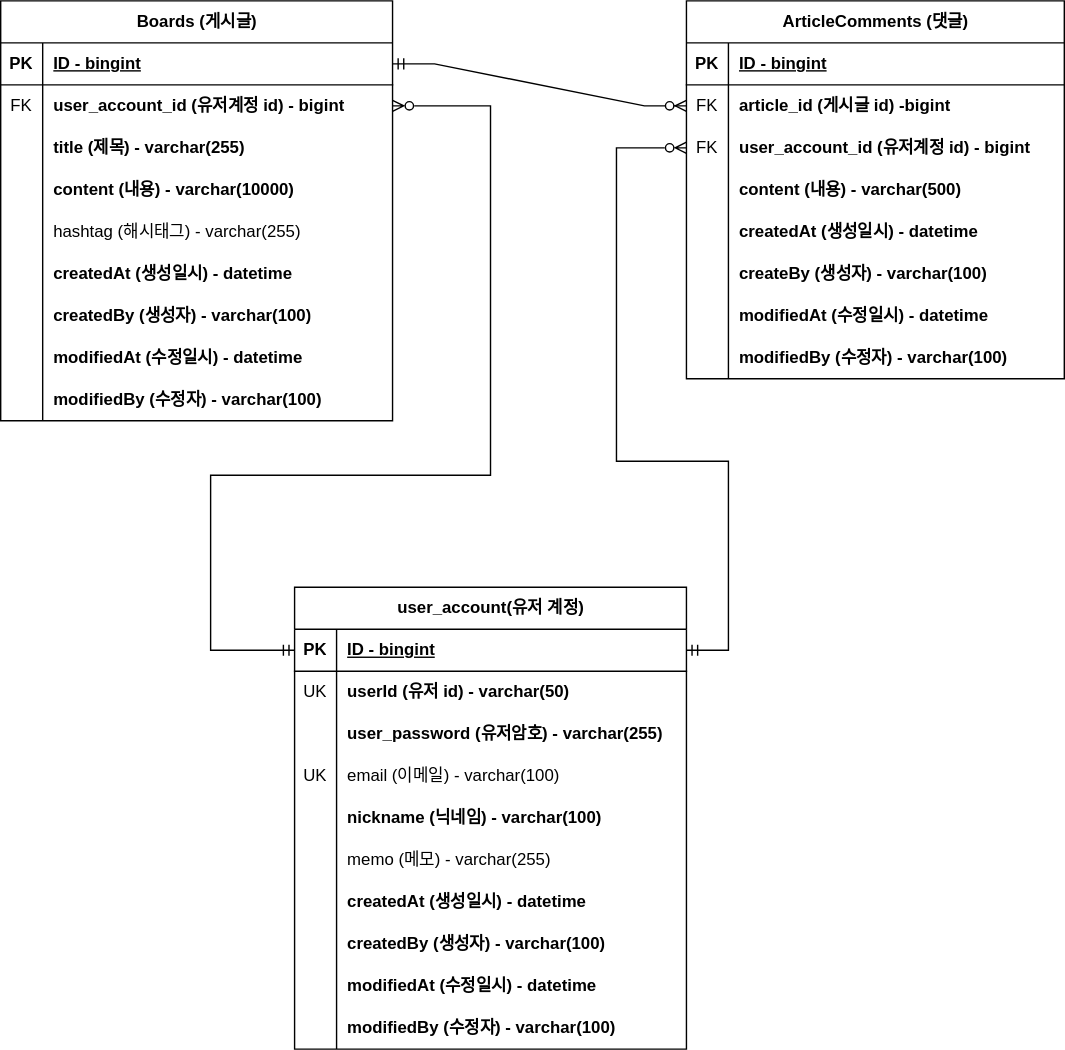
Earlier version of the draw.io export document/board-domain-erd.svg (H-24/project-board). Source tidied: cells renumbered, new cells last; positions are measured from the earlier drawing's top-left corner, leaving out a move shared by most shapes.
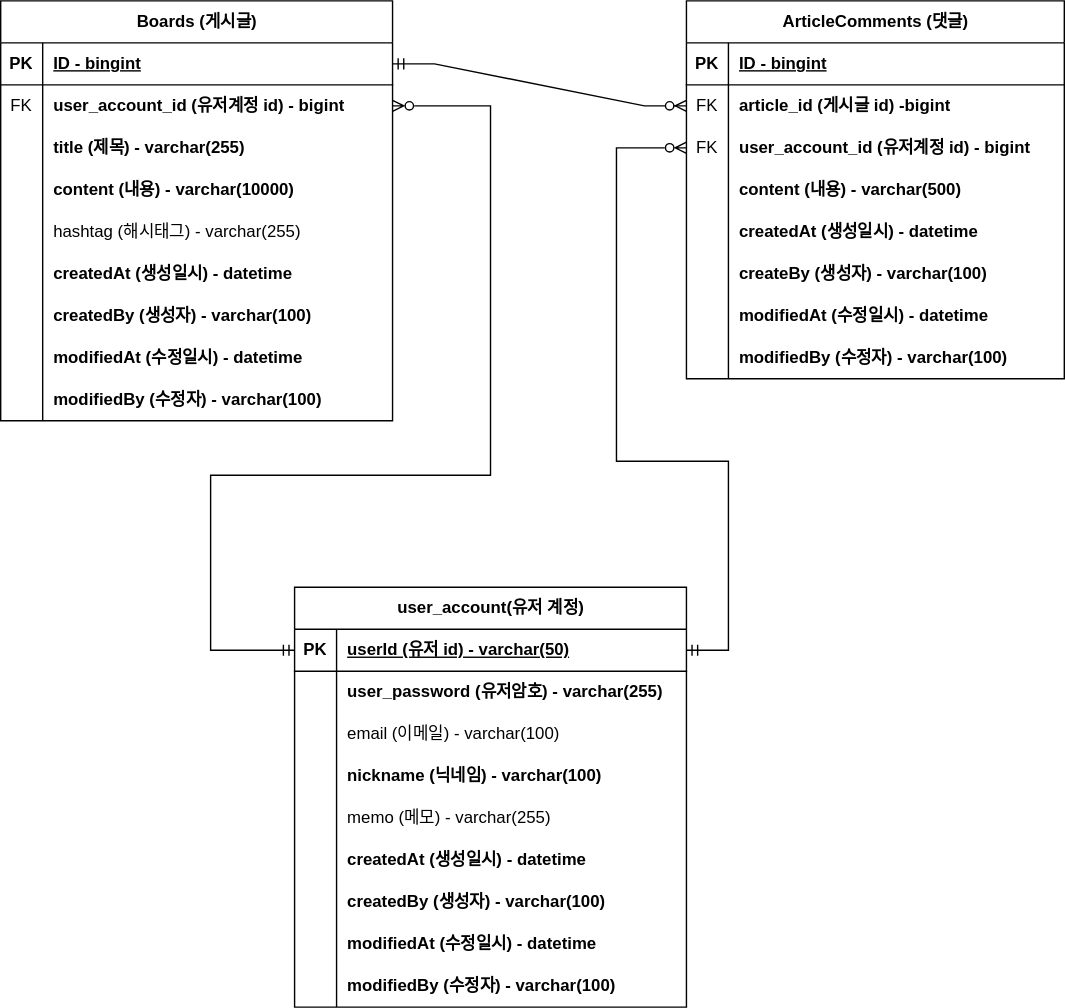
After the change.

Commit message:
ERD 문서 수정: 잘못 표기된 사항 수정

Change to the diagram source:
```diff
@@ -165,7 +165,7 @@
       <mxGeometry relative="1" as="geometry" />
     </mxCell>
     <mxCell id="56" value="user_account(유저 계정)" style="shape=table;startSize=30;rowLines=0;fontStyle=1;align=center;html=1;" parent="1" vertex="1">
-      <mxGeometry x="210" y="419" width="280" height="330" as="geometry" />
+      <mxGeometry x="210" y="419" width="280" height="300" as="geometry" />
     </mxCell>
     <mxCell id="57" style="shape=tableRow;horizontal=0;startSize=0;swimlaneHead=0;swimlaneBody=0;fillColor=none;points=[[0,0.5],[1,0.5]];portConstraint=eastwest;top=0;left=0;right=0;bottom=1;" parent="56" vertex="1">
       <mxGeometry y="30" width="280" height="30" as="geometry" />
@@ -173,20 +173,11 @@
     <mxCell id="58" value="PK" style="shape=partialRectangle;fillColor=none;top=0;left=0;bottom=0;right=0;fontStyle=1;overflow=hidden;whiteSpace=wrap;html=1;" parent="57" vertex="1">
       <mxGeometry width="30" height="30" as="geometry" />
     </mxCell>
-    <mxCell id="59" value="ID - bingint" style="shape=partialRectangle;fillColor=none;top=0;left=0;bottom=0;right=0;align=left;spacingLeft=6;fontStyle=5;overflow=hidden;whiteSpace=wrap;html=1;" parent="57" vertex="1">
+    <mxCell id="59" value="userId (유저 id) - varchar(50)" style="shape=partialRectangle;fillColor=none;top=0;left=0;bottom=0;right=0;align=left;spacingLeft=6;fontStyle=5;overflow=hidden;whiteSpace=wrap;html=1;" parent="57" vertex="1">
       <mxGeometry x="30" width="250" height="30" as="geometry" />
     </mxCell>
-    <mxCell id="60" style="shape=tableRow;horizontal=0;startSize=0;swimlaneHead=0;swimlaneBody=0;fillColor=none;top=0;left=0;right=0;bottom=0;" parent="56" vertex="1">
-      <mxGeometry y="60" width="280" height="30" as="geometry" />
-    </mxCell>
-    <mxCell id="61" value="UK" style="shape=partialRectangle;fillColor=none;top=0;left=0;bottom=0;right=0;overflow=hidden;whiteSpace=wrap;html=1;" parent="60" vertex="1">
-      <mxGeometry width="30" height="30" as="geometry" />
-    </mxCell>
-    <mxCell id="62" value="userId (유저 id) - varchar(50)" style="shape=partialRectangle;fillColor=none;top=0;left=0;bottom=0;right=0;align=left;spacingLeft=6;overflow=hidden;whiteSpace=wrap;html=1;fontStyle=1;" parent="60" vertex="1">
-      <mxGeometry x="30" width="250" height="30" as="geometry" />
-    </mxCell>
     <mxCell id="63" style="shape=tableRow;horizontal=0;startSize=0;swimlaneHead=0;swimlaneBody=0;fillColor=none;top=0;left=0;right=0;bottom=0;" parent="56" vertex="1">
-      <mxGeometry y="90" width="280" height="30" as="geometry" />
+      <mxGeometry y="60" width="280" height="30" as="geometry" />
     </mxCell>
     <mxCell id="64" style="shape=partialRectangle;fillColor=none;top=0;left=0;bottom=0;right=0;overflow=hidden;whiteSpace=wrap;html=1;" parent="63" vertex="1">
       <mxGeometry width="30" height="30" as="geometry" />
@@ -195,16 +186,16 @@
       <mxGeometry x="30" width="250" height="30" as="geometry" />
     </mxCell>
     <mxCell id="66" style="shape=tableRow;horizontal=0;startSize=0;swimlaneHead=0;swimlaneBody=0;fillColor=none;top=0;left=0;right=0;bottom=0;" parent="56" vertex="1">
-      <mxGeometry y="120" width="280" height="30" as="geometry" />
+      <mxGeometry y="90" width="280" height="30" as="geometry" />
     </mxCell>
-    <mxCell id="67" value="UK" style="shape=partialRectangle;fillColor=none;top=0;left=0;bottom=0;right=0;overflow=hidden;whiteSpace=wrap;html=1;" parent="66" vertex="1">
+    <mxCell id="67" style="shape=partialRectangle;fillColor=none;top=0;left=0;bottom=0;right=0;overflow=hidden;whiteSpace=wrap;html=1;" parent="66" vertex="1">
       <mxGeometry width="30" height="30" as="geometry" />
     </mxCell>
     <mxCell id="68" value="email (이메일) - varchar(100)" style="shape=partialRectangle;fillColor=none;top=0;left=0;bottom=0;right=0;align=left;spacingLeft=6;overflow=hidden;whiteSpace=wrap;html=1;" parent="66" vertex="1">
       <mxGeometry x="30" width="250" height="30" as="geometry" />
     </mxCell>
     <mxCell id="69" style="shape=tableRow;horizontal=0;startSize=0;swimlaneHead=0;swimlaneBody=0;fillColor=none;top=0;left=0;right=0;bottom=0;fontStyle=1;" parent="56" vertex="1">
-      <mxGeometry y="150" width="280" height="30" as="geometry" />
+      <mxGeometry y="120" width="280" height="30" as="geometry" />
     </mxCell>
     <mxCell id="70" style="shape=partialRectangle;fillColor=none;top=0;left=0;bottom=0;right=0;overflow=hidden;whiteSpace=wrap;html=1;" parent="69" vertex="1">
       <mxGeometry width="30" height="30" as="geometry" />
@@ -213,7 +204,7 @@
       <mxGeometry x="30" width="250" height="30" as="geometry" />
     </mxCell>
     <mxCell id="72" style="shape=tableRow;horizontal=0;startSize=0;swimlaneHead=0;swimlaneBody=0;fillColor=none;top=0;left=0;right=0;bottom=0;fontStyle=1;" parent="56" vertex="1">
-      <mxGeometry y="180" width="280" height="30" as="geometry" />
+      <mxGeometry y="150" width="280" height="30" as="geometry" />
     </mxCell>
     <mxCell id="73" style="shape=partialRectangle;fillColor=none;top=0;left=0;bottom=0;right=0;overflow=hidden;whiteSpace=wrap;html=1;" parent="72" vertex="1">
       <mxGeometry width="30" height="30" as="geometry" />
@@ -222,7 +213,7 @@
       <mxGeometry x="30" width="250" height="30" as="geometry" />
     </mxCell>
     <mxCell id="75" style="shape=tableRow;horizontal=0;startSize=0;swimlaneHead=0;swimlaneBody=0;fillColor=none;top=0;left=0;right=0;bottom=0;" parent="56" vertex="1">
-      <mxGeometry y="210" width="280" height="30" as="geometry" />
+      <mxGeometry y="180" width="280" height="30" as="geometry" />
     </mxCell>
     <mxCell id="76" style="shape=partialRectangle;fillColor=none;top=0;left=0;bottom=0;right=0;overflow=hidden;whiteSpace=wrap;html=1;" parent="75" vertex="1">
       <mxGeometry width="30" height="30" as="geometry" />
@@ -231,7 +222,7 @@
       <mxGeometry x="30" width="250" height="30" as="geometry" />
     </mxCell>
     <mxCell id="78" style="shape=tableRow;horizontal=0;startSize=0;swimlaneHead=0;swimlaneBody=0;fillColor=none;top=0;left=0;right=0;bottom=0;" parent="56" vertex="1">
-      <mxGeometry y="240" width="280" height="30" as="geometry" />
+      <mxGeometry y="210" width="280" height="30" as="geometry" />
     </mxCell>
     <mxCell id="79" style="shape=partialRectangle;fillColor=none;top=0;left=0;bottom=0;right=0;overflow=hidden;whiteSpace=wrap;html=1;" parent="78" vertex="1">
       <mxGeometry width="30" height="30" as="geometry" />
@@ -240,7 +231,7 @@
       <mxGeometry x="30" width="250" height="30" as="geometry" />
     </mxCell>
     <mxCell id="81" style="shape=tableRow;horizontal=0;startSize=0;swimlaneHead=0;swimlaneBody=0;fillColor=none;top=0;left=0;right=0;bottom=0;" parent="56" vertex="1">
-      <mxGeometry y="270" width="280" height="30" as="geometry" />
+      <mxGeometry y="240" width="280" height="30" as="geometry" />
     </mxCell>
     <mxCell id="82" style="shape=partialRectangle;fillColor=none;top=0;left=0;bottom=0;right=0;overflow=hidden;whiteSpace=wrap;html=1;" parent="81" vertex="1">
       <mxGeometry width="30" height="30" as="geometry" />
@@ -249,7 +240,7 @@
       <mxGeometry x="30" width="250" height="30" as="geometry" />
     </mxCell>
     <mxCell id="84" style="shape=tableRow;horizontal=0;startSize=0;swimlaneHead=0;swimlaneBody=0;fillColor=none;top=0;left=0;right=0;bottom=0;" parent="56" vertex="1">
-      <mxGeometry y="300" width="280" height="30" as="geometry" />
+      <mxGeometry y="270" width="280" height="30" as="geometry" />
     </mxCell>
     <mxCell id="85" style="shape=partialRectangle;fillColor=none;top=0;left=0;bottom=0;right=0;overflow=hidden;whiteSpace=wrap;html=1;" parent="84" vertex="1">
       <mxGeometry width="30" height="30" as="geometry" />
```
